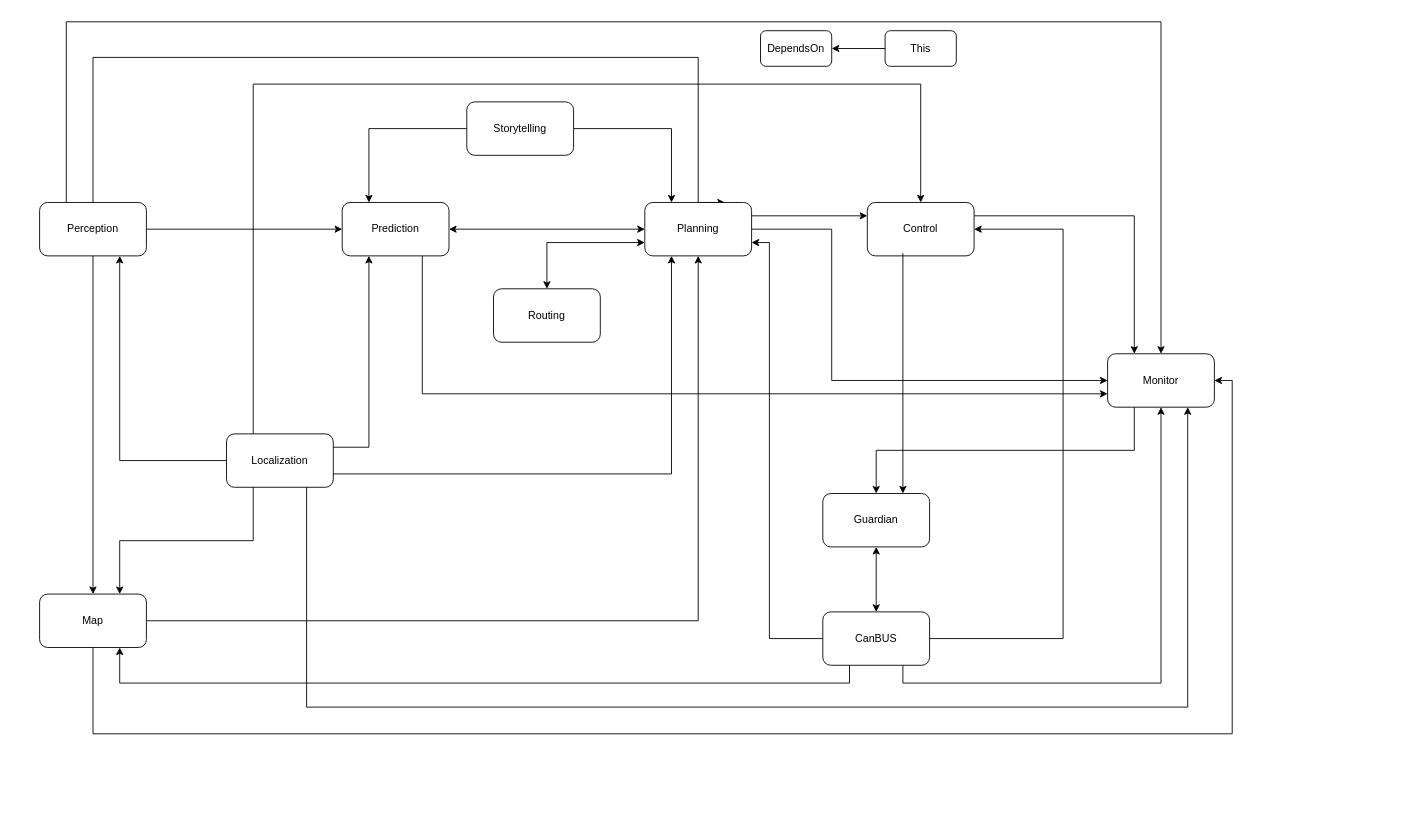
This is 322/Copy of apollo-concerte-take2.drawio from benhonda/queens-w2022, a draw.io file, before an edit. Source tidied: cells renumbered, new cells numbered last; positions are measured from the earlier drawing's top-left corner, leaving out a move shared by most shapes. Both pictures are drawn from the tidied source at 89%, with x=0, y=0 at pixel (39, 21).
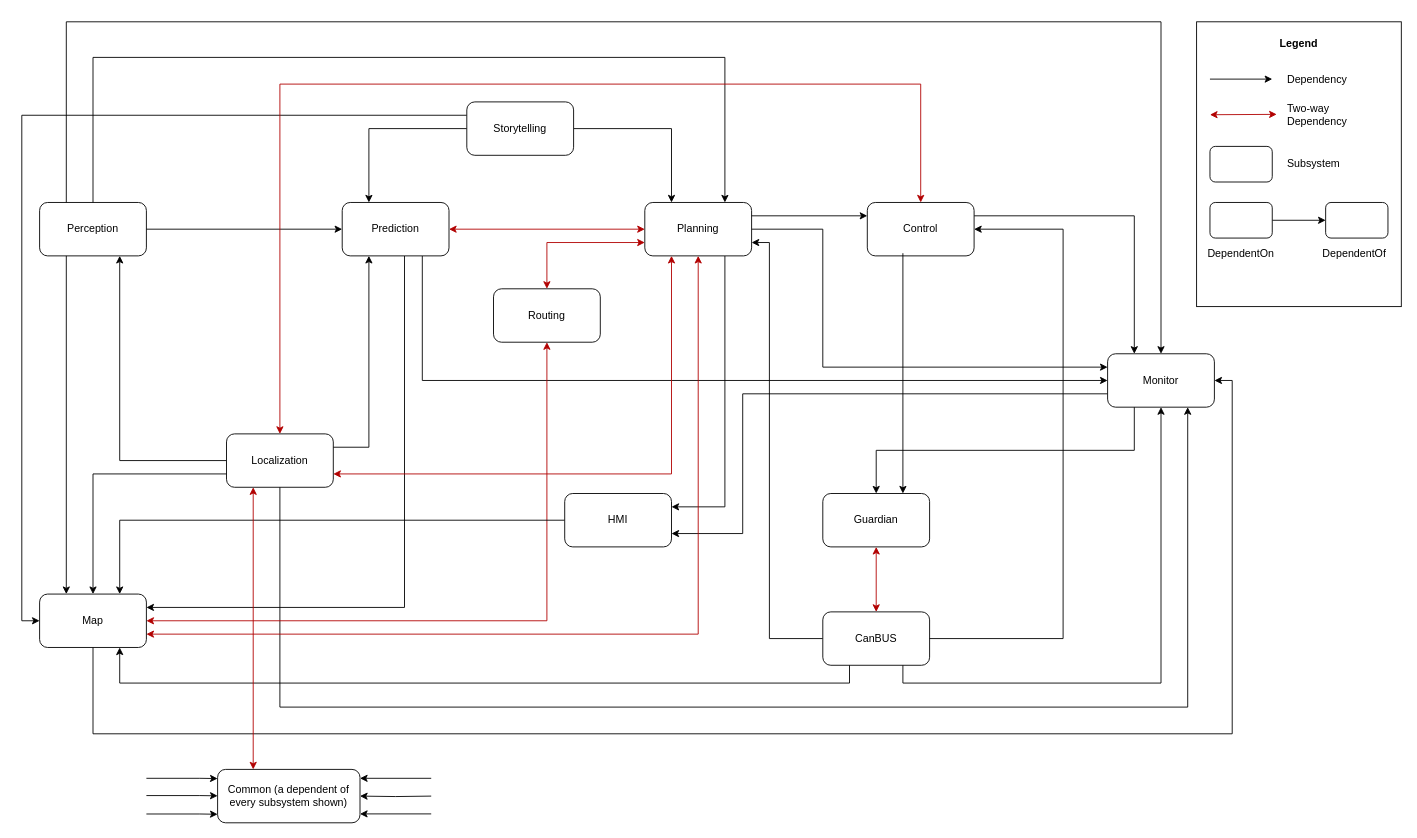
The same diagram, later.

Unchanged cells that the change refers to:
```xml
<mxCell id="3" value="Perception" style="rounded=1;whiteSpace=wrap;html=1;" parent="1" vertex="1">
  <mxGeometry y="203" width="120" height="60" as="geometry" />
</mxCell>
<mxCell id="4" value="Localization" style="rounded=1;whiteSpace=wrap;html=1;" parent="1" vertex="1">
  <mxGeometry x="210" y="463" width="120" height="60" as="geometry" />
</mxCell>
<mxCell id="16" value="Planning" style="rounded=1;whiteSpace=wrap;html=1;" parent="1" vertex="1">
  <mxGeometry x="680" y="203" width="120" height="60" as="geometry" />
</mxCell>
<mxCell id="17" value="Storytelling" style="rounded=1;whiteSpace=wrap;html=1;" parent="1" vertex="1">
  <mxGeometry x="480" y="90" width="120" height="60" as="geometry" />
</mxCell>
<mxCell id="18" value="CanBUS" style="rounded=1;whiteSpace=wrap;html=1;" parent="1" vertex="1">
  <mxGeometry x="880" y="663" width="120" height="60" as="geometry" />
</mxCell>
<mxCell id="19" value="Routing" style="rounded=1;whiteSpace=wrap;html=1;" parent="1" vertex="1">
  <mxGeometry x="510" y="300" width="120" height="60" as="geometry" />
</mxCell>
<mxCell id="23" value="Map" style="rounded=1;whiteSpace=wrap;html=1;" parent="1" vertex="1">
  <mxGeometry y="643" width="120" height="60" as="geometry" />
</mxCell>
<mxCell id="28" value="Control" style="rounded=1;whiteSpace=wrap;html=1;" parent="1" vertex="1">
  <mxGeometry x="930" y="203" width="120" height="60" as="geometry" />
</mxCell>
<mxCell id="35" value="Monitor" style="rounded=1;whiteSpace=wrap;html=1;" parent="1" vertex="1">
  <mxGeometry x="1200" y="373" width="120" height="60" as="geometry" />
</mxCell>
<mxCell id="38" value="Prediction" style="rounded=1;whiteSpace=wrap;html=1;" parent="1" vertex="1">
  <mxGeometry x="340" y="203" width="120" height="60" as="geometry" />
</mxCell>
<mxCell id="39" value="Guardian" style="rounded=1;whiteSpace=wrap;html=1;" parent="1" vertex="1">
  <mxGeometry x="880" y="530" width="120" height="60" as="geometry" />
</mxCell>
```

What changed in the source:
```diff
@@
-    <mxCell id="5" style="edgeStyle=orthogonalEdgeStyle;rounded=0;jettySize=auto;html=1;exitX=0;exitY=0.5;exitDx=0;exitDy=0;" parent="1" edge="1" source="7" target="6">
-      <mxGeometry relative="1" as="geometry" />
-    </mxCell>
-    <mxCell id="6" value="DependsOn" style="rounded=1;whiteSpace=wrap;html=1;" parent="1" vertex="1">
-      <mxGeometry x="810" y="10" width="80" height="40" as="geometry" />
-    </mxCell>
-    <mxCell id="7" value="This" style="rounded=1;whiteSpace=wrap;html=1;" parent="1" vertex="1">
-      <mxGeometry x="950" y="10" width="80" height="40" as="geometry" />
-    </mxCell>
@@
-    <mxCell id="12" style="edgeStyle=orthogonalEdgeStyle;rounded=0;jettySize=auto;html=1;exitX=1;exitY=0.5;exitDx=0;exitDy=0;entryX=0.5;entryY=1;entryDx=0;entryDy=0;" parent="1" edge="1" source="23" target="16">
-      <mxGeometry relative="1" as="geometry">
-        <Array as="points">
-          <mxPoint x="740" y="673" />
-        </Array>
-      </mxGeometry>
-    </mxCell>
     <mxCell id="13" style="edgeStyle=orthogonalEdgeStyle;rounded=0;jettySize=auto;html=1;exitX=0.5;exitY=0;exitDx=0;exitDy=0;entryX=0.75;entryY=0;entryDx=0;entryDy=0;" parent="1" edge="1" source="3" target="16">
       <mxGeometry relative="1" as="geometry">
         <Array as="points">
           <mxPoint x="60" y="40" />
-          <mxPoint x="740" y="40" />
-          <mxPoint x="740" y="203" />
+          <mxPoint x="770" y="40" />
         </Array>
       </mxGeometry>
     </mxCell>
@@
-    <mxCell id="15" style="edgeStyle=orthogonalEdgeStyle;rounded=0;jettySize=auto;html=1;exitX=1;exitY=0.75;exitDx=0;exitDy=0;entryX=0.25;entryY=1;entryDx=0;entryDy=0;endArrow=classic;endFill=1;strokeColor=default;" parent="1" edge="1" source="4" target="16">
-      <mxGeometry relative="1" as="geometry" />
-    </mxCell>
+    <mxCell id="43" style="edgeStyle=orthogonalEdgeStyle;rounded=0;jettySize=auto;html=1;exitX=0.75;exitY=1;exitDx=0;exitDy=0;entryX=1;entryY=0.25;entryDx=0;entryDy=0;" parent="1" edge="1" source="16" target="52">
+      <mxGeometry relative="1" as="geometry" />
+    </mxCell>
+    <mxCell id="32" style="edgeStyle=orthogonalEdgeStyle;rounded=0;jettySize=auto;html=1;exitX=1;exitY=0.5;exitDx=0;exitDy=0;entryX=0;entryY=0.25;entryDx=0;entryDy=0;" parent="1" edge="1" source="16" target="35">
+      <mxGeometry relative="1" as="geometry">
+        <Array as="points">
+          <mxPoint x="880" y="233" />
+          <mxPoint x="880" y="388" />
+        </Array>
+      </mxGeometry>
+    </mxCell>
@@
+    <mxCell id="44" style="edgeStyle=orthogonalEdgeStyle;rounded=0;jettySize=auto;html=1;exitX=0;exitY=0.25;exitDx=0;exitDy=0;entryX=0;entryY=0.5;entryDx=0;entryDy=0;" parent="1" edge="1" source="17" target="23">
+      <mxGeometry relative="1" as="geometry" />
+    </mxCell>
@@
-    <mxCell id="21" style="edgeStyle=orthogonalEdgeStyle;rounded=0;jettySize=auto;html=1;exitX=0.5;exitY=1;exitDx=0;exitDy=0;entryX=0.5;entryY=0;entryDx=0;entryDy=0;" parent="1" edge="1" source="3" target="23">
+    <mxCell id="21" style="edgeStyle=orthogonalEdgeStyle;rounded=0;jettySize=auto;html=1;exitX=0.25;exitY=1;exitDx=0;exitDy=0;entryX=0.25;entryY=0;entryDx=0;entryDy=0;" parent="1" edge="1" source="3" target="23">
       <mxGeometry relative="1" as="geometry" />
     </mxCell>
-    <mxCell id="22" style="edgeStyle=orthogonalEdgeStyle;rounded=0;jettySize=auto;html=1;exitX=0.25;exitY=1;exitDx=0;exitDy=0;entryX=0.75;entryY=0;entryDx=0;entryDy=0;endArrow=classic;endFill=1;strokeColor=default;" parent="1" edge="1" source="4" target="23">
+    <mxCell id="22" style="edgeStyle=orthogonalEdgeStyle;rounded=0;jettySize=auto;html=1;exitX=0;exitY=0.75;exitDx=0;exitDy=0;entryX=0.5;entryY=0;entryDx=0;entryDy=0;endArrow=classic;endFill=1;strokeColor=default;" parent="1" edge="1" source="4" target="23">
       <mxGeometry relative="1" as="geometry" />
     </mxCell>
@@
-    <mxCell id="24" style="edgeStyle=orthogonalEdgeStyle;rounded=0;jettySize=auto;html=1;exitX=0.25;exitY=0;exitDx=0;exitDy=0;" parent="1" edge="1" source="4" target="28">
-      <mxGeometry relative="1" as="geometry">
-        <Array as="points">
-          <mxPoint x="240" y="70" />
-          <mxPoint x="990" y="70" />
-        </Array>
-      </mxGeometry>
-    </mxCell>
@@
-    <mxCell id="29" style="edgeStyle=orthogonalEdgeStyle;rounded=0;jettySize=auto;html=1;exitX=0.75;exitY=1;exitDx=0;exitDy=0;entryX=0.75;entryY=1;entryDx=0;entryDy=0;" parent="1" edge="1" source="4" target="35">
+    <mxCell id="29" style="edgeStyle=orthogonalEdgeStyle;rounded=0;jettySize=auto;html=1;exitX=0.5;exitY=1;exitDx=0;exitDy=0;entryX=0.75;entryY=1;entryDx=0;entryDy=0;" parent="1" edge="1" source="4" target="35">
       <mxGeometry relative="1" as="geometry">
         <Array as="points">
-          <mxPoint x="300" y="770" />
+          <mxPoint x="270" y="770" />
           <mxPoint x="1290" y="770" />
         </Array>
       </mxGeometry>
     </mxCell>
@@
-    <mxCell id="32" style="edgeStyle=orthogonalEdgeStyle;rounded=0;jettySize=auto;html=1;exitX=1;exitY=0.5;exitDx=0;exitDy=0;entryX=0;entryY=0.5;entryDx=0;entryDy=0;" parent="1" edge="1" source="16" target="35">
-      <mxGeometry relative="1" as="geometry">
-        <Array as="points">
-          <mxPoint x="890" y="233" />
-          <mxPoint x="890" y="403" />
-        </Array>
-      </mxGeometry>
-    </mxCell>
@@
-    <mxCell id="34" style="edgeStyle=orthogonalEdgeStyle;rounded=0;jettySize=auto;html=1;exitX=0.75;exitY=1;exitDx=0;exitDy=0;entryX=0;entryY=0.75;entryDx=0;entryDy=0;" parent="1" edge="1" source="38" target="35">
+    <mxCell id="34" style="edgeStyle=orthogonalEdgeStyle;rounded=0;jettySize=auto;html=1;exitX=0.75;exitY=1;exitDx=0;exitDy=0;entryX=0;entryY=0.5;entryDx=0;entryDy=0;" parent="1" edge="1" source="38" target="35">
       <mxGeometry relative="1" as="geometry" />
     </mxCell>
+    <mxCell id="45" style="edgeStyle=orthogonalEdgeStyle;rounded=0;jettySize=auto;html=1;exitX=0;exitY=0.75;exitDx=0;exitDy=0;entryX=1;entryY=0.75;entryDx=0;entryDy=0;" parent="1" edge="1" source="35" target="52">
+      <mxGeometry relative="1" as="geometry">
+        <Array as="points">
+          <mxPoint x="790" y="418" />
+          <mxPoint x="790" y="575" />
+        </Array>
+      </mxGeometry>
+    </mxCell>
@@
+    <mxCell id="46" style="edgeStyle=orthogonalEdgeStyle;rounded=0;jettySize=auto;html=1;entryX=1;entryY=0.25;entryDx=0;entryDy=0;" parent="1" edge="1" source="38" target="23">
+      <mxGeometry relative="1" as="geometry">
+        <Array as="points">
+          <mxPoint x="410" y="658" />
+        </Array>
+      </mxGeometry>
+    </mxCell>
@@
-    <mxCell id="40" style="endArrow=classic;startArrow=classic;html=1;rounded=0;strokeColor=default;exitX=0;exitY=0.5;exitDx=0;exitDy=0;entryX=1;entryY=0.5;entryDx=0;entryDy=0;" parent="1" edge="1" source="16" target="38">
+    <mxCell id="40" style="endArrow=classic;startArrow=classic;html=1;rounded=0;strokeColor=#B20000;exitX=0;exitY=0.5;exitDx=0;exitDy=0;entryX=1;entryY=0.5;entryDx=0;entryDy=0;fillColor=#e51400;" parent="1" edge="1" source="16" target="38">
       <mxGeometry relative="1" as="geometry" />
     </mxCell>
-    <mxCell id="41" style="endArrow=classic;startArrow=classic;html=1;rounded=0;strokeColor=default;exitX=0;exitY=0.75;exitDx=0;exitDy=0;entryX=0.5;entryY=0;entryDx=0;entryDy=0;edgeStyle=orthogonalEdgeStyle;" parent="1" edge="1" source="16" target="19">
+    <mxCell id="41" style="endArrow=classic;startArrow=classic;html=1;rounded=0;strokeColor=#B20000;exitX=0;exitY=0.75;exitDx=0;exitDy=0;entryX=0.5;entryY=0;entryDx=0;entryDy=0;edgeStyle=orthogonalEdgeStyle;fillColor=#e51400;" parent="1" edge="1" source="16" target="19">
       <mxGeometry relative="1" as="geometry" />
     </mxCell>
-    <mxCell id="42" style="endArrow=classic;startArrow=classic;html=1;rounded=0;strokeColor=default;exitX=0.5;exitY=0;exitDx=0;exitDy=0;entryX=0.5;entryY=1;entryDx=0;entryDy=0;" parent="1" edge="1" source="18" target="39">
+    <mxCell id="42" style="endArrow=classic;startArrow=classic;html=1;rounded=0;strokeColor=#B20000;exitX=0.5;exitY=0;exitDx=0;exitDy=0;entryX=0.5;entryY=1;entryDx=0;entryDy=0;fillColor=#e51400;" parent="1" edge="1" source="18" target="39">
       <mxGeometry relative="1" as="geometry" />
     </mxCell>
+    <mxCell id="47" style="endArrow=classic;startArrow=classic;html=1;rounded=0;strokeColor=#B20000;exitX=0.25;exitY=1;exitDx=0;exitDy=0;entryX=1;entryY=0.75;entryDx=0;entryDy=0;edgeStyle=orthogonalEdgeStyle;fillColor=#e51400;" parent="1" edge="1" source="16" target="4">
+      <mxGeometry relative="1" as="geometry" />
+    </mxCell>
+    <mxCell id="48" style="endArrow=classic;startArrow=classic;html=1;rounded=0;strokeColor=#B20000;exitX=0.5;exitY=1;exitDx=0;exitDy=0;entryX=1;entryY=0.75;entryDx=0;entryDy=0;edgeStyle=orthogonalEdgeStyle;fillColor=#e51400;" parent="1" edge="1" source="16" target="23">
+      <mxGeometry relative="1" as="geometry" />
+    </mxCell>
+    <mxCell id="49" style="endArrow=classic;startArrow=classic;html=1;rounded=0;strokeColor=#B20000;exitX=0.5;exitY=0;exitDx=0;exitDy=0;entryX=0.5;entryY=0;entryDx=0;entryDy=0;edgeStyle=orthogonalEdgeStyle;fillColor=#e51400;" parent="1" edge="1" source="28" target="4">
+      <mxGeometry relative="1" as="geometry">
+        <Array as="points">
+          <mxPoint x="990" y="70" />
+          <mxPoint x="270" y="70" />
+        </Array>
+      </mxGeometry>
+    </mxCell>
+    <mxCell id="50" style="endArrow=classic;startArrow=classic;html=1;rounded=0;strokeColor=#B20000;exitX=0.5;exitY=1;exitDx=0;exitDy=0;entryX=1;entryY=0.5;entryDx=0;entryDy=0;edgeStyle=orthogonalEdgeStyle;fillColor=#e51400;" parent="1" edge="1" source="19" target="23">
+      <mxGeometry relative="1" as="geometry">
+        <Array as="points">
+          <mxPoint x="570" y="673" />
+        </Array>
+      </mxGeometry>
+    </mxCell>
+    <mxCell id="51" style="edgeStyle=orthogonalEdgeStyle;rounded=0;jettySize=auto;html=1;exitX=0;exitY=0.5;exitDx=0;exitDy=0;entryX=0.75;entryY=0;entryDx=0;entryDy=0;" parent="1" edge="1" source="52" target="23">
+      <mxGeometry relative="1" as="geometry" />
+    </mxCell>
+    <mxCell id="52" value="HMI" style="rounded=1;whiteSpace=wrap;html=1;" parent="1" vertex="1">
+      <mxGeometry x="590" y="530" width="120" height="60" as="geometry" />
+    </mxCell>
+    <mxCell id="53" style="rounded=0;whiteSpace=wrap;html=1;" parent="1" vertex="1">
+      <mxGeometry x="1300" width="230" height="320" as="geometry" />
+    </mxCell>
+    <mxCell id="54" value="Legend" style="text;html=1;strokeColor=none;fillColor=none;align=center;verticalAlign=middle;whiteSpace=wrap;rounded=0;fontStyle=1;" parent="1" vertex="1">
+      <mxGeometry x="1385" y="10" width="60" height="30" as="geometry" />
+    </mxCell>
+    <mxCell id="5" style="edgeStyle=orthogonalEdgeStyle;rounded=0;jettySize=auto;html=1;entryX=0;entryY=0.5;entryDx=0;entryDy=0;" parent="1" edge="1" source="6" target="7">
+      <mxGeometry relative="1" as="geometry" />
+    </mxCell>
+    <mxCell id="6" style="rounded=1;whiteSpace=wrap;html=1;" parent="1" vertex="1">
+      <mxGeometry x="1315" y="203" width="70" height="40" as="geometry" />
+    </mxCell>
+    <mxCell id="7" style="rounded=1;whiteSpace=wrap;html=1;" parent="1" vertex="1">
+      <mxGeometry x="1445" y="203" width="70" height="40" as="geometry" />
+    </mxCell>
+    <mxCell id="55" value="DependentOn" style="text;html=1;strokeColor=none;fillColor=none;align=center;verticalAlign=middle;whiteSpace=wrap;rounded=0;" parent="1" vertex="1">
+      <mxGeometry x="1320" y="246" width="60" height="30" as="geometry" />
+    </mxCell>
+    <mxCell id="56" value="DependentOf" style="text;html=1;strokeColor=none;fillColor=none;align=center;verticalAlign=middle;whiteSpace=wrap;rounded=0;" parent="1" vertex="1">
+      <mxGeometry x="1440" y="246" width="75" height="30" as="geometry" />
+    </mxCell>
+    <mxCell id="57" value="Dependency" style="text;html=1;strokeColor=none;fillColor=none;align=left;verticalAlign=middle;whiteSpace=wrap;rounded=0;" parent="1" vertex="1">
+      <mxGeometry x="1400" y="50" width="60" height="30" as="geometry" />
+    </mxCell>
+    <mxCell id="58" value="Two-way Dependency" style="text;html=1;strokeColor=none;fillColor=none;align=left;verticalAlign=middle;whiteSpace=wrap;rounded=0;" parent="1" vertex="1">
+      <mxGeometry x="1400" y="90" width="120" height="30" as="geometry" />
+    </mxCell>
+    <mxCell id="59" style="edgeStyle=orthogonalEdgeStyle;rounded=0;orthogonalLoop=1;jettySize=auto;html=1;entryX=0;entryY=0.5;entryDx=0;entryDy=0;" parent="1" edge="1">
+      <mxGeometry relative="1" as="geometry">
+        <mxPoint x="1315" y="64.4" as="sourcePoint" />
+        <mxPoint x="1385" y="64.4" as="targetPoint" />
+      </mxGeometry>
+    </mxCell>
+    <mxCell id="60" style="endArrow=classic;startArrow=classic;html=1;rounded=0;strokeColor=#B20000;entryX=1;entryY=0.5;entryDx=0;entryDy=0;fillColor=#e51400;" parent="1" edge="1">
+      <mxGeometry relative="1" as="geometry">
+        <mxPoint x="1390" y="104" as="sourcePoint" />
+        <mxPoint x="1315" y="104.4" as="targetPoint" />
+      </mxGeometry>
+    </mxCell>
+    <mxCell id="61" style="rounded=1;whiteSpace=wrap;html=1;" parent="1" vertex="1">
+      <mxGeometry x="1315" y="140" width="70" height="40" as="geometry" />
+    </mxCell>
+    <mxCell id="62" value="Subsystem" style="text;html=1;strokeColor=none;fillColor=none;align=left;verticalAlign=middle;whiteSpace=wrap;rounded=0;" parent="1" vertex="1">
+      <mxGeometry x="1400" y="145" width="120" height="30" as="geometry" />
+    </mxCell>
+    <mxCell id="63" value="Common (a dependent of every subsystem shown)" style="rounded=1;whiteSpace=wrap;html=1;" parent="1" vertex="1">
+      <mxGeometry x="200" y="840" width="160" height="60" as="geometry" />
+    </mxCell>
+    <mxCell id="64" style="edgeStyle=orthogonalEdgeStyle;rounded=0;jettySize=auto;html=1;entryX=1;entryY=0.5;entryDx=0;entryDy=0;" parent="1" edge="1" target="63">
+      <mxGeometry relative="1" as="geometry">
+        <mxPoint x="440" y="870" as="sourcePoint" />
+      </mxGeometry>
+    </mxCell>
+    <mxCell id="65" style="edgeStyle=orthogonalEdgeStyle;rounded=0;orthogonalLoop=1;jettySize=auto;html=1;entryX=1;entryY=0.5;entryDx=0;entryDy=0;" parent="1" edge="1">
+      <mxGeometry relative="1" as="geometry">
+        <mxPoint x="440" y="890" as="sourcePoint" />
+        <mxPoint x="360" y="890" as="targetPoint" />
+      </mxGeometry>
+    </mxCell>
+    <mxCell id="66" style="edgeStyle=orthogonalEdgeStyle;rounded=0;orthogonalLoop=1;jettySize=auto;html=1;entryX=1;entryY=0.5;entryDx=0;entryDy=0;" parent="1" edge="1">
+      <mxGeometry relative="1" as="geometry">
+        <mxPoint x="120" y="869.4" as="sourcePoint" />
+        <mxPoint x="200" y="869.7" as="targetPoint" />
+        <Array as="points">
+          <mxPoint x="180" y="869.4" />
+          <mxPoint x="180" y="869.4" />
+        </Array>
+      </mxGeometry>
+    </mxCell>
+    <mxCell id="67" style="edgeStyle=orthogonalEdgeStyle;rounded=0;orthogonalLoop=1;jettySize=auto;html=1;entryX=1;entryY=0.5;entryDx=0;entryDy=0;" parent="1" edge="1">
+      <mxGeometry relative="1" as="geometry">
+        <mxPoint x="120" y="890.1" as="sourcePoint" />
+        <mxPoint x="200" y="890.4" as="targetPoint" />
+        <Array as="points">
+          <mxPoint x="180" y="890.1" />
+          <mxPoint x="180" y="890.1" />
+        </Array>
+      </mxGeometry>
+    </mxCell>
+    <mxCell id="68" style="endArrow=classic;startArrow=classic;html=1;rounded=0;strokeColor=#B20000;exitX=0.25;exitY=1;exitDx=0;exitDy=0;entryX=0.25;entryY=0;entryDx=0;entryDy=0;edgeStyle=orthogonalEdgeStyle;fillColor=#e51400;" parent="1" edge="1" source="4" target="63">
+      <mxGeometry relative="1" as="geometry" />
+    </mxCell>
+    <mxCell id="69" style="edgeStyle=orthogonalEdgeStyle;rounded=0;orthogonalLoop=1;jettySize=auto;html=1;entryX=1;entryY=0.5;entryDx=0;entryDy=0;" parent="1" edge="1">
+      <mxGeometry relative="1" as="geometry">
+        <mxPoint x="440" y="850" as="sourcePoint" />
+        <mxPoint x="360" y="850" as="targetPoint" />
+      </mxGeometry>
+    </mxCell>
+    <mxCell id="70" style="edgeStyle=orthogonalEdgeStyle;rounded=0;orthogonalLoop=1;jettySize=auto;html=1;entryX=1;entryY=0.5;entryDx=0;entryDy=0;" parent="1" edge="1">
+      <mxGeometry relative="1" as="geometry">
+        <mxPoint x="120" y="850" as="sourcePoint" />
+        <mxPoint x="200" y="850.3" as="targetPoint" />
+        <Array as="points">
+          <mxPoint x="180" y="850" />
+          <mxPoint x="180" y="850" />
+        </Array>
+      </mxGeometry>
+    </mxCell>
```
